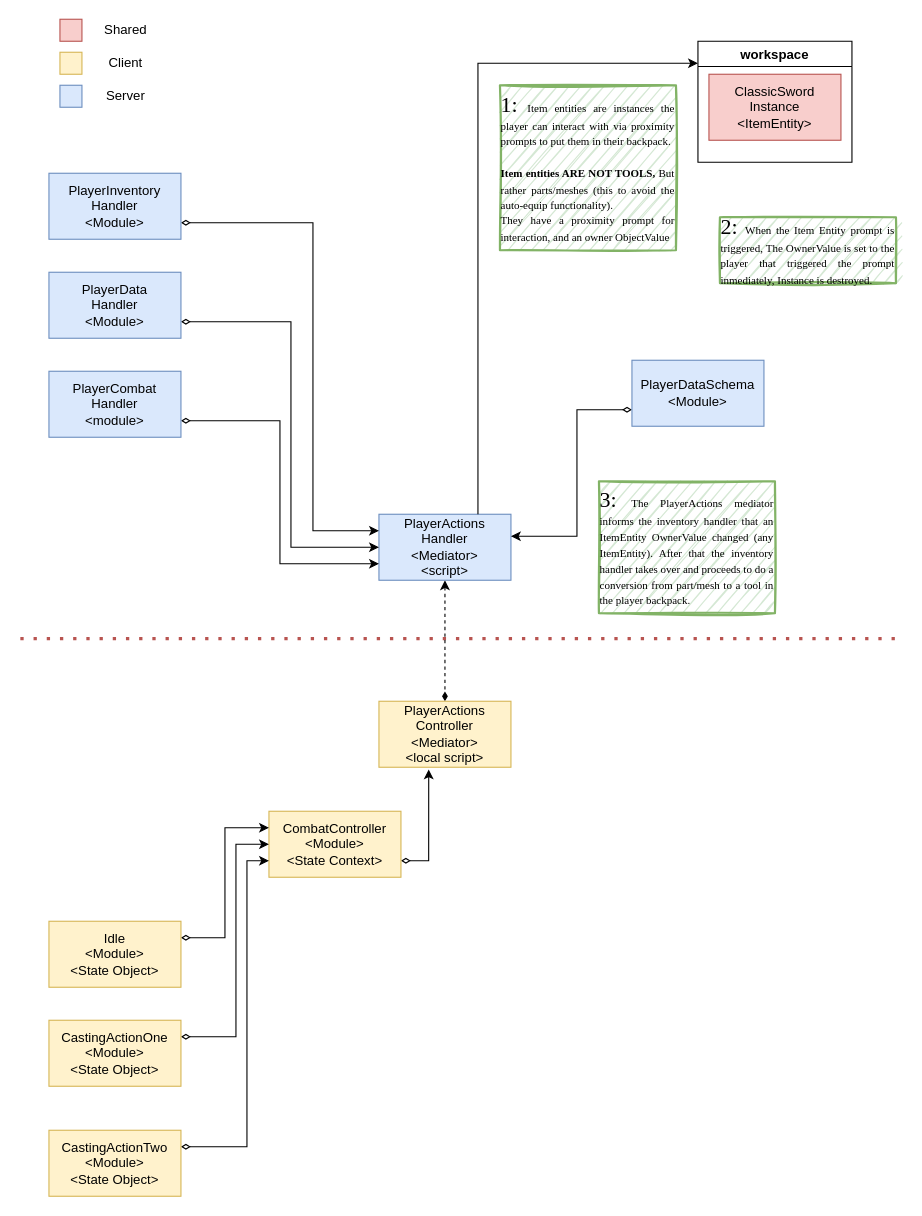
This is Docs/PlayerInventory Arq..drawio from CluelessD3v/voldexGame, a draw.io file, before an edit. Source tidied: cells renumbered, new cells numbered last; positions are measured from the earlier drawing's top-left corner, leaving out a move shared by most shapes. Both pictures are drawn from the tidied source at 110%, with x=0, y=0 at pixel (20, 19).
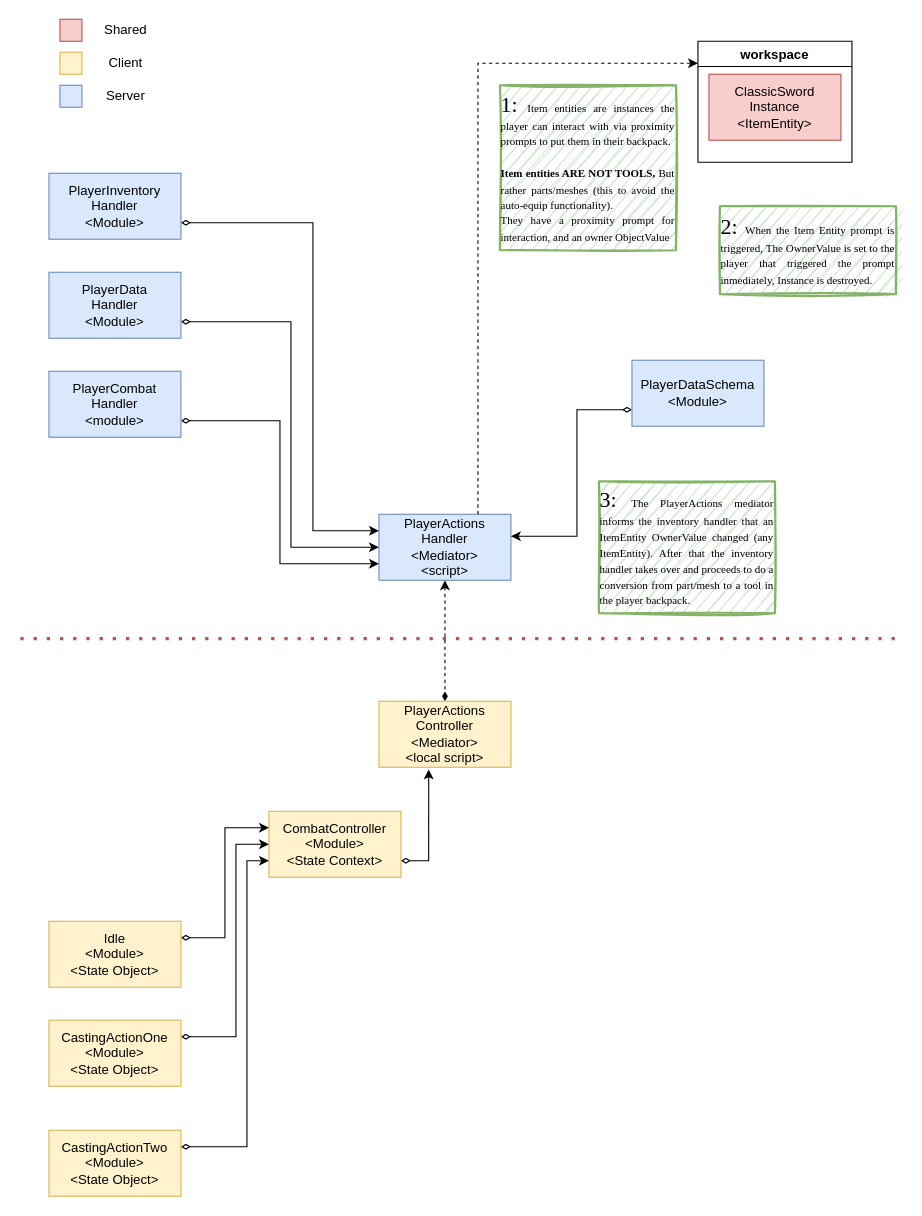
The same diagram, later.

Commit message (it also covers changes not shown here):
Refactor LootableItems to now have 2 table fields, DisplayItem & ToolItem

Unchanged cells that the change refers to:
```xml
<mxCell id="4" value="PlayerActions&lt;br&gt;Handler&lt;br&gt;&amp;lt;Mediator&amp;gt;&lt;br&gt;&amp;lt;script&amp;gt;" style="rounded=0;whiteSpace=wrap;html=1;fillColor=#dae8fc;strokeColor=#6c8ebf;" parent="1" vertex="1">
  <mxGeometry x="326" y="450" width="120" height="60" as="geometry" />
</mxCell>
<mxCell id="30" value="workspace" style="swimlane;" parent="1" vertex="1">
  <mxGeometry x="616" y="20" width="140" height="110" as="geometry" />
</mxCell>
```

The edit, as a diff of the source:
```diff
@@
-    <mxCell id="21" style="edgeStyle=orthogonalEdgeStyle;rounded=0;jettySize=auto;html=1;entryX=0;entryY=0.182;entryDx=0;entryDy=0;exitX=0.75;exitY=0;exitDx=0;exitDy=0;entryPerimeter=0;" parent="1" edge="1" source="4" target="30">
+    <mxCell id="21" style="edgeStyle=orthogonalEdgeStyle;rounded=0;jettySize=auto;html=1;entryX=0;entryY=0.182;entryDx=0;entryDy=0;exitX=0.75;exitY=0;exitDx=0;exitDy=0;entryPerimeter=0;dashed=1;" parent="1" edge="1" source="4" target="30">
       <mxGeometry relative="1" as="geometry" />
     </mxCell>
@@
     <mxCell id="32" value="&lt;div style=&quot;text-align: justify&quot;&gt;&lt;font face=&quot;Times New Roman&quot;&gt;&lt;span style=&quot;font-size: 20px&quot;&gt;2: &lt;/span&gt;&lt;span style=&quot;font-size: 10px&quot;&gt;When the Item Entity prompt is triggered, The OwnerValue is set to the player that triggered the prompt inmediately, Instance is destroyed.&lt;/span&gt;&lt;/font&gt;&lt;/div&gt;" style="text;html=1;strokeColor=#82b366;fillColor=#d5e8d4;align=center;verticalAlign=middle;whiteSpace=wrap;rounded=0;sketch=1;strokeWidth=2;" parent="1" vertex="1">
-      <mxGeometry x="636" y="180" width="160" height="60" as="geometry" />
+      <mxGeometry x="636" y="170" width="160" height="80" as="geometry" />
     </mxCell>
```
